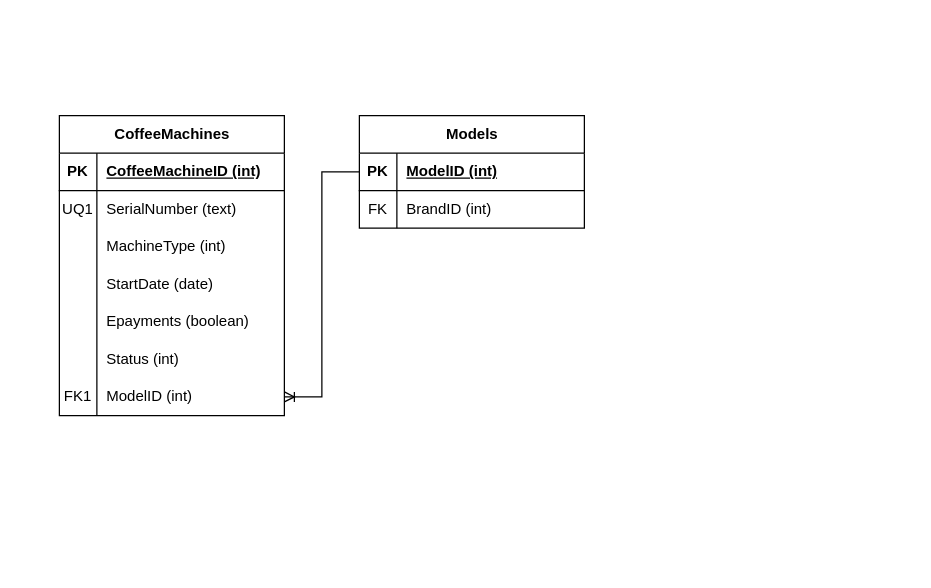
This is Diagramma senza titolo.drawio from federico-mariconti/SIAM-1838, a draw.io file, before an edit. Source tidied: cells renumbered, new cells numbered last; positions are measured from the earlier drawing's top-left corner, leaving out a move shared by most shapes. Both pictures are drawn from the tidied source at 125%, with x=0, y=0 at pixel (59, 115).
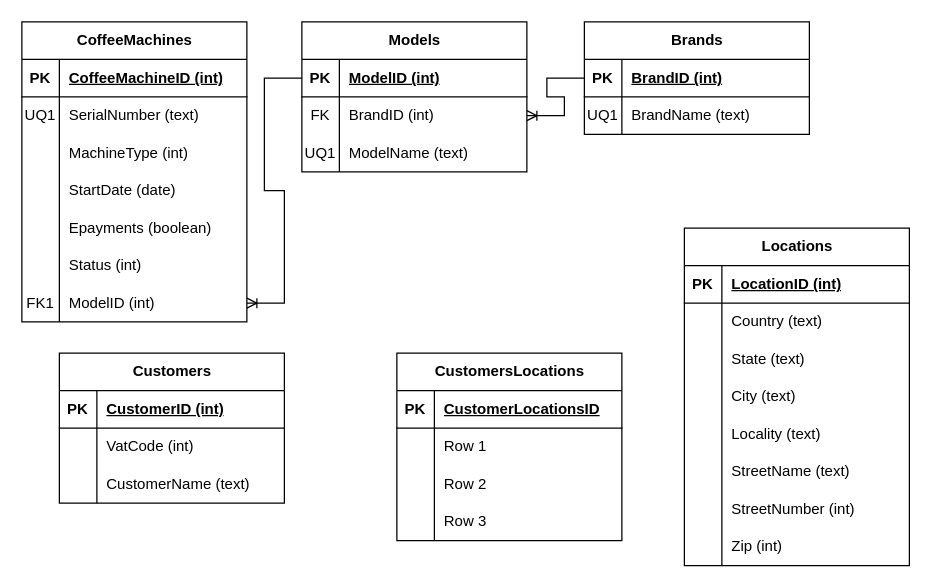
Above is the later version.

The change refers to these unchanged cells:
```xml
<mxCell id="28" style="shape=tableRow;horizontal=0;startSize=0;swimlaneHead=0;swimlaneBody=0;fillColor=none;points=[[0,0.5],[1,0.5]];portConstraint=eastwest;top=0;left=0;right=0;bottom=0;" parent="24" vertex="1">
  <mxGeometry y="60" width="180" height="30" as="geometry" />
</mxCell>
```

What changed in the source:
```diff
@@
     <mxCell id="2" value="CoffeeMachines" style="shape=table;startSize=30;childLayout=tableLayout;rowLines=0;fontStyle=1;align=center;html=1;" parent="1" vertex="1">
-      <mxGeometry width="180" height="240" as="geometry" />
+      <mxGeometry x="-30" y="-75" width="180" height="240" as="geometry" />
     </mxCell>
@@
     <mxCell id="24" value="Models" style="shape=table;startSize=30;childLayout=tableLayout;rowLines=0;fontStyle=1;align=center;html=1;" parent="1" vertex="1">
-      <mxGeometry x="240" width="180" height="90" as="geometry" />
+      <mxGeometry x="194" y="-75" width="180" height="120" as="geometry" />
     </mxCell>
@@
+    <mxCell id="32" style="shape=tableRow;horizontal=0;startSize=0;swimlaneHead=0;swimlaneBody=0;fillColor=none;top=0;left=0;right=0;bottom=0;" parent="24" vertex="1">
+      <mxGeometry y="90" width="180" height="30" as="geometry" />
+    </mxCell>
+    <mxCell id="33" value="UQ1" style="shape=partialRectangle;fillColor=none;top=0;left=0;bottom=0;right=0;overflow=hidden;whiteSpace=wrap;html=1;" parent="32" vertex="1">
+      <mxGeometry width="30" height="30" as="geometry" />
+    </mxCell>
+    <mxCell id="34" value="ModelName (text)" style="shape=partialRectangle;fillColor=none;top=0;left=0;bottom=0;right=0;align=left;spacingLeft=6;overflow=hidden;whiteSpace=wrap;html=1;" parent="32" vertex="1">
+      <mxGeometry x="30" width="150" height="30" as="geometry" />
+    </mxCell>
+    <mxCell id="35" value="Brands" style="shape=table;startSize=30;childLayout=tableLayout;rowLines=0;fontStyle=1;align=center;html=1;" parent="1" vertex="1">
+      <mxGeometry x="420" y="-75" width="180" height="90" as="geometry" />
+    </mxCell>
+    <mxCell id="36" style="shape=tableRow;horizontal=0;startSize=0;swimlaneHead=0;swimlaneBody=0;fillColor=none;points=[[0,0.5],[1,0.5]];portConstraint=eastwest;top=0;left=0;right=0;bottom=1;" parent="35" vertex="1">
+      <mxGeometry y="30" width="180" height="30" as="geometry" />
+    </mxCell>
+    <mxCell id="37" value="PK" style="shape=partialRectangle;fillColor=none;top=0;left=0;bottom=0;right=0;fontStyle=1;overflow=hidden;whiteSpace=wrap;html=1;" parent="36" vertex="1">
+      <mxGeometry width="30" height="30" as="geometry" />
+    </mxCell>
+    <mxCell id="38" value="BrandID (int)" style="shape=partialRectangle;fillColor=none;top=0;left=0;bottom=0;right=0;align=left;spacingLeft=6;fontStyle=5;overflow=hidden;whiteSpace=wrap;html=1;" parent="36" vertex="1">
+      <mxGeometry x="30" width="150" height="30" as="geometry" />
+    </mxCell>
+    <mxCell id="39" style="shape=tableRow;horizontal=0;startSize=0;swimlaneHead=0;swimlaneBody=0;fillColor=none;top=0;left=0;right=0;bottom=0;" parent="35" vertex="1">
+      <mxGeometry y="60" width="180" height="30" as="geometry" />
+    </mxCell>
+    <mxCell id="40" value="UQ1" style="shape=partialRectangle;fillColor=none;top=0;left=0;bottom=0;right=0;overflow=hidden;whiteSpace=wrap;html=1;" parent="39" vertex="1">
+      <mxGeometry width="30" height="30" as="geometry" />
+    </mxCell>
+    <mxCell id="41" value="BrandName (text)" style="shape=partialRectangle;fillColor=none;top=0;left=0;bottom=0;right=0;align=left;spacingLeft=6;overflow=hidden;whiteSpace=wrap;html=1;" parent="39" vertex="1">
+      <mxGeometry x="30" width="150" height="30" as="geometry" />
+    </mxCell>
+    <mxCell id="42" style="edgeStyle=entityRelationEdgeStyle;fontSize=12;html=1;endArrow=ERoneToMany;rounded=0;" parent="1" edge="1" source="36" target="28">
+      <mxGeometry relative="1" as="geometry" />
+    </mxCell>
@@
+    <mxCell id="43" value="Customers" style="shape=table;startSize=30;childLayout=tableLayout;rowLines=0;fontStyle=1;align=center;html=1;" parent="1" vertex="1">
+      <mxGeometry y="190" width="180" height="120" as="geometry" />
+    </mxCell>
+    <mxCell id="44" style="shape=tableRow;horizontal=0;startSize=0;swimlaneHead=0;swimlaneBody=0;fillColor=none;top=0;left=0;right=0;bottom=1;" parent="43" vertex="1">
+      <mxGeometry y="30" width="180" height="30" as="geometry" />
+    </mxCell>
+    <mxCell id="45" value="PK" style="shape=partialRectangle;fillColor=none;top=0;left=0;bottom=0;right=0;fontStyle=1;overflow=hidden;whiteSpace=wrap;html=1;" parent="44" vertex="1">
+      <mxGeometry width="30" height="30" as="geometry" />
+    </mxCell>
+    <mxCell id="46" value="CustomerID (int)" style="shape=partialRectangle;fillColor=none;top=0;left=0;bottom=0;right=0;align=left;spacingLeft=6;fontStyle=5;overflow=hidden;whiteSpace=wrap;html=1;" parent="44" vertex="1">
+      <mxGeometry x="30" width="150" height="30" as="geometry" />
+    </mxCell>
+    <mxCell id="47" style="shape=tableRow;horizontal=0;startSize=0;swimlaneHead=0;swimlaneBody=0;fillColor=none;top=0;left=0;right=0;bottom=0;" parent="43" vertex="1">
+      <mxGeometry y="60" width="180" height="30" as="geometry" />
+    </mxCell>
+    <mxCell id="48" style="shape=partialRectangle;fillColor=none;top=0;left=0;bottom=0;right=0;overflow=hidden;whiteSpace=wrap;html=1;" parent="47" vertex="1">
+      <mxGeometry width="30" height="30" as="geometry" />
+    </mxCell>
+    <mxCell id="49" value="VatCode (int)" style="shape=partialRectangle;fillColor=none;top=0;left=0;bottom=0;right=0;align=left;spacingLeft=6;overflow=hidden;whiteSpace=wrap;html=1;" parent="47" vertex="1">
+      <mxGeometry x="30" width="150" height="30" as="geometry" />
+    </mxCell>
+    <mxCell id="50" style="shape=tableRow;horizontal=0;startSize=0;swimlaneHead=0;swimlaneBody=0;fillColor=none;top=0;left=0;right=0;bottom=0;" parent="43" vertex="1">
+      <mxGeometry y="90" width="180" height="30" as="geometry" />
+    </mxCell>
+    <mxCell id="51" style="shape=partialRectangle;fillColor=none;top=0;left=0;bottom=0;right=0;overflow=hidden;whiteSpace=wrap;html=1;" parent="50" vertex="1">
+      <mxGeometry width="30" height="30" as="geometry" />
+    </mxCell>
+    <mxCell id="52" value="CustomerName (text)" style="shape=partialRectangle;fillColor=none;top=0;left=0;bottom=0;right=0;align=left;spacingLeft=6;overflow=hidden;whiteSpace=wrap;html=1;" parent="50" vertex="1">
+      <mxGeometry x="30" width="150" height="30" as="geometry" />
+    </mxCell>
+    <mxCell id="53" value="Locations" style="shape=table;startSize=30;childLayout=tableLayout;rowLines=0;fontStyle=1;align=center;html=1;" parent="1" vertex="1">
+      <mxGeometry x="500" y="90" width="180" height="270" as="geometry" />
+    </mxCell>
+    <mxCell id="54" style="shape=tableRow;horizontal=0;startSize=0;swimlaneHead=0;swimlaneBody=0;fillColor=none;top=0;left=0;right=0;bottom=1;" parent="53" vertex="1">
+      <mxGeometry y="30" width="180" height="30" as="geometry" />
+    </mxCell>
+    <mxCell id="55" value="PK" style="shape=partialRectangle;fillColor=none;top=0;left=0;bottom=0;right=0;fontStyle=1;overflow=hidden;whiteSpace=wrap;html=1;" parent="54" vertex="1">
+      <mxGeometry width="30" height="30" as="geometry" />
+    </mxCell>
+    <mxCell id="56" value="LocationID (int)" style="shape=partialRectangle;fillColor=none;top=0;left=0;bottom=0;right=0;align=left;spacingLeft=6;fontStyle=5;overflow=hidden;whiteSpace=wrap;html=1;" parent="54" vertex="1">
+      <mxGeometry x="30" width="150" height="30" as="geometry" />
+    </mxCell>
+    <mxCell id="57" style="shape=tableRow;horizontal=0;startSize=0;swimlaneHead=0;swimlaneBody=0;fillColor=none;top=0;left=0;right=0;bottom=0;" parent="53" vertex="1">
+      <mxGeometry y="60" width="180" height="30" as="geometry" />
+    </mxCell>
+    <mxCell id="58" style="shape=partialRectangle;fillColor=none;top=0;left=0;bottom=0;right=0;overflow=hidden;whiteSpace=wrap;html=1;" parent="57" vertex="1">
+      <mxGeometry width="30" height="30" as="geometry" />
+    </mxCell>
+    <mxCell id="59" value="Country (text)" style="shape=partialRectangle;fillColor=none;top=0;left=0;bottom=0;right=0;align=left;spacingLeft=6;overflow=hidden;whiteSpace=wrap;html=1;" parent="57" vertex="1">
+      <mxGeometry x="30" width="150" height="30" as="geometry" />
+    </mxCell>
+    <mxCell id="60" style="shape=tableRow;horizontal=0;startSize=0;swimlaneHead=0;swimlaneBody=0;fillColor=none;top=0;left=0;right=0;bottom=0;" parent="53" vertex="1">
+      <mxGeometry y="90" width="180" height="30" as="geometry" />
+    </mxCell>
+    <mxCell id="61" style="shape=partialRectangle;fillColor=none;top=0;left=0;bottom=0;right=0;overflow=hidden;whiteSpace=wrap;html=1;" parent="60" vertex="1">
+      <mxGeometry width="30" height="30" as="geometry" />
+    </mxCell>
+    <mxCell id="62" value="State (text)" style="shape=partialRectangle;fillColor=none;top=0;left=0;bottom=0;right=0;align=left;spacingLeft=6;overflow=hidden;whiteSpace=wrap;html=1;" parent="60" vertex="1">
+      <mxGeometry x="30" width="150" height="30" as="geometry" />
+    </mxCell>
+    <mxCell id="63" style="shape=tableRow;horizontal=0;startSize=0;swimlaneHead=0;swimlaneBody=0;fillColor=none;top=0;left=0;right=0;bottom=0;" parent="53" vertex="1">
+      <mxGeometry y="120" width="180" height="30" as="geometry" />
+    </mxCell>
+    <mxCell id="64" style="shape=partialRectangle;fillColor=none;top=0;left=0;bottom=0;right=0;overflow=hidden;whiteSpace=wrap;html=1;" parent="63" vertex="1">
+      <mxGeometry width="30" height="30" as="geometry" />
+    </mxCell>
+    <mxCell id="65" value="City (text)" style="shape=partialRectangle;fillColor=none;top=0;left=0;bottom=0;right=0;align=left;spacingLeft=6;overflow=hidden;whiteSpace=wrap;html=1;" parent="63" vertex="1">
+      <mxGeometry x="30" width="150" height="30" as="geometry" />
+    </mxCell>
+    <mxCell id="66" style="shape=tableRow;horizontal=0;startSize=0;swimlaneHead=0;swimlaneBody=0;fillColor=none;top=0;left=0;right=0;bottom=0;" parent="53" vertex="1">
+      <mxGeometry y="150" width="180" height="30" as="geometry" />
+    </mxCell>
+    <mxCell id="67" style="shape=partialRectangle;fillColor=none;top=0;left=0;bottom=0;right=0;overflow=hidden;whiteSpace=wrap;html=1;" parent="66" vertex="1">
+      <mxGeometry width="30" height="30" as="geometry" />
+    </mxCell>
+    <mxCell id="68" value="Locality (text)" style="shape=partialRectangle;fillColor=none;top=0;left=0;bottom=0;right=0;align=left;spacingLeft=6;overflow=hidden;whiteSpace=wrap;html=1;" parent="66" vertex="1">
+      <mxGeometry x="30" width="150" height="30" as="geometry" />
+    </mxCell>
+    <mxCell id="69" style="shape=tableRow;horizontal=0;startSize=0;swimlaneHead=0;swimlaneBody=0;fillColor=none;top=0;left=0;right=0;bottom=0;" parent="53" vertex="1">
+      <mxGeometry y="180" width="180" height="30" as="geometry" />
+    </mxCell>
+    <mxCell id="70" style="shape=partialRectangle;fillColor=none;top=0;left=0;bottom=0;right=0;overflow=hidden;whiteSpace=wrap;html=1;" parent="69" vertex="1">
+      <mxGeometry width="30" height="30" as="geometry" />
+    </mxCell>
+    <mxCell id="71" value="StreetName (text)" style="shape=partialRectangle;fillColor=none;top=0;left=0;bottom=0;right=0;align=left;spacingLeft=6;overflow=hidden;whiteSpace=wrap;html=1;" parent="69" vertex="1">
+      <mxGeometry x="30" width="150" height="30" as="geometry" />
+    </mxCell>
+    <mxCell id="72" style="shape=tableRow;horizontal=0;startSize=0;swimlaneHead=0;swimlaneBody=0;fillColor=none;top=0;left=0;right=0;bottom=0;" parent="53" vertex="1">
+      <mxGeometry y="210" width="180" height="30" as="geometry" />
+    </mxCell>
+    <mxCell id="73" style="shape=partialRectangle;fillColor=none;top=0;left=0;bottom=0;right=0;overflow=hidden;whiteSpace=wrap;html=1;" parent="72" vertex="1">
+      <mxGeometry width="30" height="30" as="geometry" />
+    </mxCell>
+    <mxCell id="74" value="StreetNumber (int)" style="shape=partialRectangle;fillColor=none;top=0;left=0;bottom=0;right=0;align=left;spacingLeft=6;overflow=hidden;whiteSpace=wrap;html=1;" parent="72" vertex="1">
+      <mxGeometry x="30" width="150" height="30" as="geometry" />
+    </mxCell>
+    <mxCell id="75" style="shape=tableRow;horizontal=0;startSize=0;swimlaneHead=0;swimlaneBody=0;fillColor=none;top=0;left=0;right=0;bottom=0;" parent="53" vertex="1">
+      <mxGeometry y="240" width="180" height="30" as="geometry" />
+    </mxCell>
+    <mxCell id="76" style="shape=partialRectangle;fillColor=none;top=0;left=0;bottom=0;right=0;overflow=hidden;whiteSpace=wrap;html=1;" parent="75" vertex="1">
+      <mxGeometry width="30" height="30" as="geometry" />
+    </mxCell>
+    <mxCell id="77" value="Zip (int)" style="shape=partialRectangle;fillColor=none;top=0;left=0;bottom=0;right=0;align=left;spacingLeft=6;overflow=hidden;whiteSpace=wrap;html=1;" parent="75" vertex="1">
+      <mxGeometry x="30" width="150" height="30" as="geometry" />
+    </mxCell>
+    <mxCell id="78" value="CustomersLocations" style="shape=table;startSize=30;childLayout=tableLayout;rowLines=0;fontStyle=1;align=center;html=1;" parent="1" vertex="1">
+      <mxGeometry x="270" y="190" width="180" height="150" as="geometry" />
+    </mxCell>
+    <mxCell id="79" style="shape=tableRow;horizontal=0;startSize=0;swimlaneHead=0;swimlaneBody=0;fillColor=none;top=0;left=0;right=0;bottom=1;" parent="78" vertex="1">
+      <mxGeometry y="30" width="180" height="30" as="geometry" />
+    </mxCell>
+    <mxCell id="80" value="PK" style="shape=partialRectangle;fillColor=none;top=0;left=0;bottom=0;right=0;fontStyle=1;overflow=hidden;whiteSpace=wrap;html=1;" parent="79" vertex="1">
+      <mxGeometry width="30" height="30" as="geometry" />
+    </mxCell>
+    <mxCell id="81" value="CustomerLocationsID" style="shape=partialRectangle;fillColor=none;top=0;left=0;bottom=0;right=0;align=left;spacingLeft=6;fontStyle=5;overflow=hidden;whiteSpace=wrap;html=1;" parent="79" vertex="1">
+      <mxGeometry x="30" width="150" height="30" as="geometry" />
+    </mxCell>
+    <mxCell id="82" style="shape=tableRow;horizontal=0;startSize=0;swimlaneHead=0;swimlaneBody=0;fillColor=none;top=0;left=0;right=0;bottom=0;" parent="78" vertex="1">
+      <mxGeometry y="60" width="180" height="30" as="geometry" />
+    </mxCell>
+    <mxCell id="83" style="shape=partialRectangle;fillColor=none;top=0;left=0;bottom=0;right=0;overflow=hidden;whiteSpace=wrap;html=1;" parent="82" vertex="1">
+      <mxGeometry width="30" height="30" as="geometry" />
+    </mxCell>
+    <mxCell id="84" value="Row 1" style="shape=partialRectangle;fillColor=none;top=0;left=0;bottom=0;right=0;align=left;spacingLeft=6;overflow=hidden;whiteSpace=wrap;html=1;" parent="82" vertex="1">
+      <mxGeometry x="30" width="150" height="30" as="geometry" />
+    </mxCell>
+    <mxCell id="85" style="shape=tableRow;horizontal=0;startSize=0;swimlaneHead=0;swimlaneBody=0;fillColor=none;top=0;left=0;right=0;bottom=0;" parent="78" vertex="1">
+      <mxGeometry y="90" width="180" height="30" as="geometry" />
+    </mxCell>
+    <mxCell id="86" style="shape=partialRectangle;fillColor=none;top=0;left=0;bottom=0;right=0;overflow=hidden;whiteSpace=wrap;html=1;" parent="85" vertex="1">
+      <mxGeometry width="30" height="30" as="geometry" />
+    </mxCell>
+    <mxCell id="87" value="Row 2" style="shape=partialRectangle;fillColor=none;top=0;left=0;bottom=0;right=0;align=left;spacingLeft=6;overflow=hidden;whiteSpace=wrap;html=1;" parent="85" vertex="1">
+      <mxGeometry x="30" width="150" height="30" as="geometry" />
+    </mxCell>
+    <mxCell id="88" style="shape=tableRow;horizontal=0;startSize=0;swimlaneHead=0;swimlaneBody=0;fillColor=none;top=0;left=0;right=0;bottom=0;" parent="78" vertex="1">
+      <mxGeometry y="120" width="180" height="30" as="geometry" />
+    </mxCell>
+    <mxCell id="89" style="shape=partialRectangle;fillColor=none;top=0;left=0;bottom=0;right=0;overflow=hidden;whiteSpace=wrap;html=1;" parent="88" vertex="1">
+      <mxGeometry width="30" height="30" as="geometry" />
+    </mxCell>
+    <mxCell id="90" value="Row 3" style="shape=partialRectangle;fillColor=none;top=0;left=0;bottom=0;right=0;align=left;spacingLeft=6;overflow=hidden;whiteSpace=wrap;html=1;" parent="88" vertex="1">
+      <mxGeometry x="30" width="150" height="30" as="geometry" />
+    </mxCell>
```
